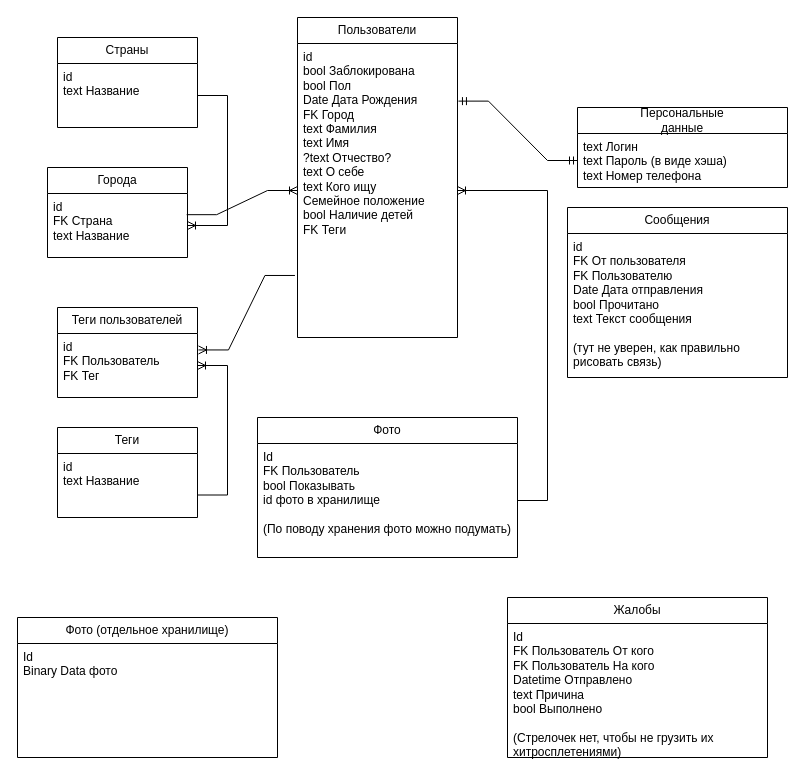
kirill-karpin/meet4you keeps this draw.io diagram as docs/Схема сущностей БД/Сущности БД.drawio. Above is the earlier version. Source tidied: cells renumbered, new cells numbered last; positions are measured from the earlier drawing's top-left corner, leaving out a move shared by most shapes. Both pictures are drawn from the tidied source at 100%, with x=0, y=0 at pixel (17, 17).
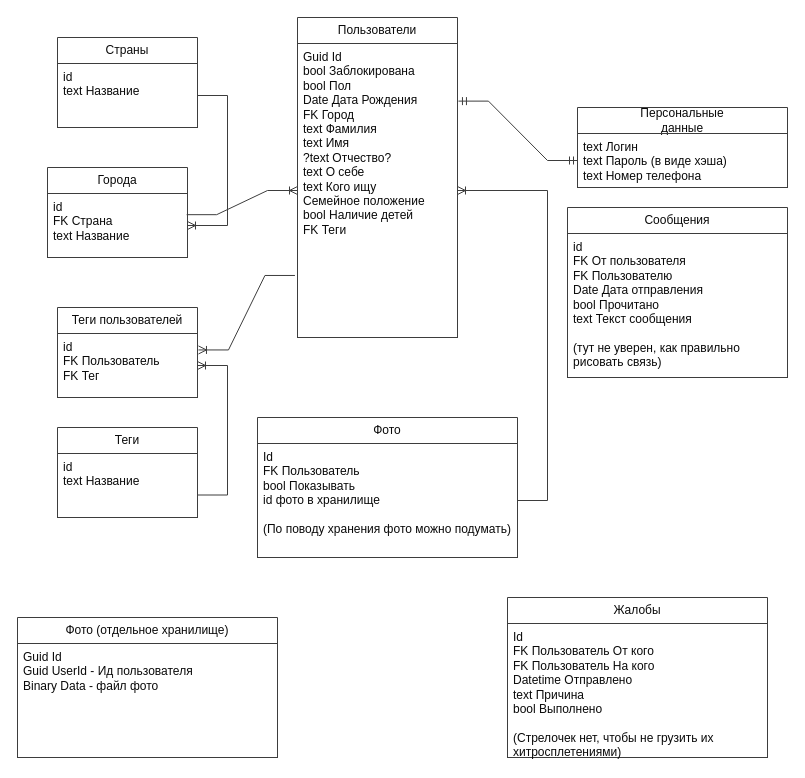
Above is the later version.

The edit, as a diff of the source:
```diff
@@
-    <mxCell id="2" value="&lt;div&gt;Пользователи&lt;/div&gt;" style="swimlane;fontStyle=0;horizontal=1;startSize=26;fillColor=none;whiteSpace=wrap;html=1;" parent="1" vertex="1">
+    <mxCell id="2" value="&lt;div&gt;Пользователи&lt;/div&gt;" style="swimlane;fontStyle=0;horizontal=1;startSize=26;whiteSpace=wrap;html=1;fillColor=none;fontColor=#0A0A0A;strokeColor=#3D3D3D;" parent="1" vertex="1">
       <mxGeometry x="280" width="160" height="320" as="geometry" />
     </mxCell>
-    <mxCell id="3" value="&lt;div&gt;id&lt;/div&gt;&lt;div&gt;bool Заблокирована&lt;br&gt;&lt;/div&gt;&lt;div&gt;bool Пол&lt;/div&gt;&lt;div&gt;Date Дата Рождения&lt;/div&gt;&lt;div&gt;FK Город&lt;br&gt;text Фамилия&lt;br&gt;text Имя&lt;br&gt;?text Отчество?&lt;/div&gt;&lt;div&gt;text О себе&lt;/div&gt;&lt;div&gt;text Кого ищу&lt;br&gt;Семейное положение&lt;br&gt;bool Наличие детей&lt;br&gt;FK Теги&lt;br&gt;&lt;/div&gt;" style="text;strokeColor=none;fillColor=none;align=left;verticalAlign=top;spacingLeft=4;spacingRight=4;overflow=hidden;points=[[0,0.5],[1,0.5]];portConstraint=eastwest;whiteSpace=wrap;html=1;" parent="2" vertex="1">
+    <mxCell id="3" value="&lt;div&gt;Guid Id&lt;/div&gt;&lt;div&gt;bool Заблокирована&lt;br&gt;&lt;/div&gt;&lt;div&gt;bool Пол&lt;/div&gt;&lt;div&gt;Date Дата Рождения&lt;/div&gt;&lt;div&gt;FK Город&lt;br&gt;text Фамилия&lt;br&gt;text Имя&lt;br&gt;?text Отчество?&lt;/div&gt;&lt;div&gt;text О себе&lt;/div&gt;&lt;div&gt;text Кого ищу&lt;br&gt;Семейное положение&lt;br&gt;bool Наличие детей&lt;br&gt;FK Теги&lt;br&gt;&lt;/div&gt;" style="text;align=left;verticalAlign=top;spacingLeft=4;spacingRight=4;overflow=hidden;points=[[0,0.5],[1,0.5]];portConstraint=eastwest;whiteSpace=wrap;html=1;fillColor=none;fontColor=#0A0A0A;strokeColor=#3D3D3D;" parent="2" vertex="1">
       <mxGeometry y="26" width="160" height="294" as="geometry" />
     </mxCell>
-    <mxCell id="4" value="Города" style="swimlane;fontStyle=0;horizontal=1;startSize=26;fillColor=none;whiteSpace=wrap;html=1;" parent="1" vertex="1">
+    <mxCell id="4" value="Города" style="swimlane;fontStyle=0;horizontal=1;startSize=26;whiteSpace=wrap;html=1;fillColor=none;fontColor=#0A0A0A;strokeColor=#3D3D3D;" parent="1" vertex="1">
       <mxGeometry x="30" y="150" width="140" height="90" as="geometry" />
     </mxCell>
-    <mxCell id="5" value="&lt;div&gt;id&lt;/div&gt;&lt;div&gt;FK Страна&lt;br&gt;&lt;/div&gt;text Название" style="text;align=left;verticalAlign=top;spacingLeft=4;spacingRight=4;overflow=hidden;points=[[0,0.5],[1,0.5]];portConstraint=eastwest;whiteSpace=wrap;html=1;" parent="4" vertex="1">
+    <mxCell id="5" value="&lt;div&gt;id&lt;/div&gt;&lt;div&gt;FK Страна&lt;br&gt;&lt;/div&gt;text Название" style="text;align=left;verticalAlign=top;spacingLeft=4;spacingRight=4;overflow=hidden;points=[[0,0.5],[1,0.5]];portConstraint=eastwest;whiteSpace=wrap;html=1;fillColor=none;fontColor=#0A0A0A;strokeColor=#3D3D3D;" parent="4" vertex="1">
       <mxGeometry y="26" width="140" height="64" as="geometry" />
     </mxCell>
-    <mxCell id="6" style="edgeStyle=entityRelationEdgeStyle;fontSize=12;html=1;endArrow=ERoneToMany;rounded=0;exitX=0.994;exitY=0.331;exitDx=0;exitDy=0;exitPerimeter=0;" parent="1" edge="1" source="5" target="3">
+    <mxCell id="6" style="edgeStyle=entityRelationEdgeStyle;fontSize=12;html=1;endArrow=ERoneToMany;rounded=0;exitX=0.994;exitY=0.331;exitDx=0;exitDy=0;exitPerimeter=0;fontColor=#0A0A0A;fillColor=none;strokeColor=#3D3D3D;" parent="1" edge="1" source="5" target="3">
       <mxGeometry relative="1" as="geometry">
         <Array as="points">
           <mxPoint x="290" y="70" />
           <mxPoint x="290" y="60" />
           <mxPoint x="280" y="40" />
         </Array>
       </mxGeometry>
     </mxCell>
-    <mxCell id="7" value="Теги пользователей" style="swimlane;fontStyle=0;horizontal=1;startSize=26;fillColor=none;whiteSpace=wrap;html=1;" parent="1" vertex="1">
+    <mxCell id="7" value="Теги пользователей" style="swimlane;fontStyle=0;horizontal=1;startSize=26;whiteSpace=wrap;html=1;fillColor=none;fontColor=#0A0A0A;strokeColor=#3D3D3D;" parent="1" vertex="1">
       <mxGeometry x="40" y="290" width="140" height="90" as="geometry" />
     </mxCell>
-    <mxCell id="8" value="id&lt;br&gt;&lt;div&gt;FK Пользователь&lt;/div&gt;&lt;div&gt;FK Тег&lt;br&gt;&lt;/div&gt;" style="text;align=left;verticalAlign=top;spacingLeft=4;spacingRight=4;overflow=hidden;points=[[0,0.5],[1,0.5]];portConstraint=eastwest;whiteSpace=wrap;html=1;" parent="7" vertex="1">
+    <mxCell id="8" value="id&lt;br&gt;&lt;div&gt;FK Пользователь&lt;/div&gt;&lt;div&gt;FK Тег&lt;br&gt;&lt;/div&gt;" style="text;align=left;verticalAlign=top;spacingLeft=4;spacingRight=4;overflow=hidden;points=[[0,0.5],[1,0.5]];portConstraint=eastwest;whiteSpace=wrap;html=1;fillColor=none;fontColor=#0A0A0A;strokeColor=#3D3D3D;" parent="7" vertex="1">
       <mxGeometry y="26" width="140" height="64" as="geometry" />
     </mxCell>
-    <mxCell id="9" style="edgeStyle=entityRelationEdgeStyle;fontSize=12;html=1;endArrow=ERoneToMany;rounded=0;exitX=-0.016;exitY=0.789;exitDx=0;exitDy=0;exitPerimeter=0;entryX=1.007;entryY=0.257;entryDx=0;entryDy=0;entryPerimeter=0;" parent="1" edge="1" source="3" target="8">
+    <mxCell id="9" style="edgeStyle=entityRelationEdgeStyle;fontSize=12;html=1;endArrow=ERoneToMany;rounded=0;exitX=-0.016;exitY=0.789;exitDx=0;exitDy=0;exitPerimeter=0;entryX=1.007;entryY=0.257;entryDx=0;entryDy=0;entryPerimeter=0;fontColor=#0A0A0A;fillColor=none;strokeColor=#3D3D3D;" parent="1" edge="1" source="3" target="8">
       <mxGeometry relative="1" as="geometry" />
     </mxCell>
-    <mxCell id="10" value="Теги" style="swimlane;fontStyle=0;horizontal=1;startSize=26;fillColor=none;whiteSpace=wrap;html=1;" parent="1" vertex="1">
+    <mxCell id="10" value="Теги" style="swimlane;fontStyle=0;horizontal=1;startSize=26;whiteSpace=wrap;html=1;fillColor=none;fontColor=#0A0A0A;strokeColor=#3D3D3D;" parent="1" vertex="1">
       <mxGeometry x="40" y="410" width="140" height="90" as="geometry" />
     </mxCell>
-    <mxCell id="11" value="&lt;div&gt;id&lt;/div&gt;&lt;div&gt;text Название&lt;br&gt;&lt;/div&gt;" style="text;align=left;verticalAlign=top;spacingLeft=4;spacingRight=4;overflow=hidden;whiteSpace=wrap;html=1;" parent="10" vertex="1">
+    <mxCell id="11" value="&lt;div&gt;id&lt;/div&gt;&lt;div&gt;text Название&lt;br&gt;&lt;/div&gt;" style="text;align=left;verticalAlign=top;spacingLeft=4;spacingRight=4;overflow=hidden;whiteSpace=wrap;html=1;fillColor=none;fontColor=#0A0A0A;strokeColor=#3D3D3D;" parent="10" vertex="1">
       <mxGeometry y="26" width="140" height="64" as="geometry" />
     </mxCell>
-    <mxCell id="12" style="edgeStyle=entityRelationEdgeStyle;fontSize=12;html=1;endArrow=ERoneToMany;rounded=0;exitX=1;exitY=0.75;exitDx=0;exitDy=0;entryX=1;entryY=0.5;entryDx=0;entryDy=0;" parent="1" edge="1" source="10" target="8">
+    <mxCell id="12" style="edgeStyle=entityRelationEdgeStyle;fontSize=12;html=1;endArrow=ERoneToMany;rounded=0;exitX=1;exitY=0.75;exitDx=0;exitDy=0;entryX=1;entryY=0.5;entryDx=0;entryDy=0;fontColor=#0A0A0A;fillColor=none;strokeColor=#3D3D3D;" parent="1" edge="1" source="10" target="8">
       <mxGeometry relative="1" as="geometry" />
     </mxCell>
-    <mxCell id="13" value="&lt;div&gt;Персональные&lt;/div&gt;&lt;div&gt;данные&lt;br&gt;&lt;/div&gt;" style="swimlane;fontStyle=0;horizontal=1;startSize=26;fillColor=none;whiteSpace=wrap;html=1;" parent="1" vertex="1">
+    <mxCell id="13" value="&lt;div&gt;Персональные&lt;/div&gt;&lt;div&gt;данные&lt;br&gt;&lt;/div&gt;" style="swimlane;fontStyle=0;horizontal=1;startSize=26;whiteSpace=wrap;html=1;fillColor=none;fontColor=#0A0A0A;strokeColor=#3D3D3D;" parent="1" vertex="1">
       <mxGeometry x="560" y="90" width="210" height="80" as="geometry" />
     </mxCell>
-    <mxCell id="14" value="text Логин&lt;br&gt;&lt;div&gt;text Пароль (в виде хэша)&lt;/div&gt;&lt;div&gt;text Номер телефона&lt;br&gt;&lt;/div&gt;" style="text;align=left;verticalAlign=top;spacingLeft=4;spacingRight=4;overflow=hidden;points=[[0,0.5],[1,0.5]];portConstraint=eastwest;whiteSpace=wrap;html=1;" parent="13" vertex="1">
+    <mxCell id="14" value="text Логин&lt;br&gt;&lt;div&gt;text Пароль (в виде хэша)&lt;/div&gt;&lt;div&gt;text Номер телефона&lt;br&gt;&lt;/div&gt;" style="text;align=left;verticalAlign=top;spacingLeft=4;spacingRight=4;overflow=hidden;points=[[0,0.5],[1,0.5]];portConstraint=eastwest;whiteSpace=wrap;html=1;fillColor=none;fontColor=#0A0A0A;strokeColor=#3D3D3D;" parent="13" vertex="1">
       <mxGeometry y="26" width="210" height="54" as="geometry" />
     </mxCell>
-    <mxCell id="15" style="edgeStyle=entityRelationEdgeStyle;fontSize=12;html=1;endArrow=ERmandOne;startArrow=ERmandOne;rounded=0;exitX=1.006;exitY=0.196;exitDx=0;exitDy=0;exitPerimeter=0;entryX=0;entryY=0.5;entryDx=0;entryDy=0;" parent="1" edge="1" source="3" target="14">
+    <mxCell id="15" style="edgeStyle=entityRelationEdgeStyle;fontSize=12;html=1;endArrow=ERmandOne;startArrow=ERmandOne;rounded=0;exitX=1.006;exitY=0.196;exitDx=0;exitDy=0;exitPerimeter=0;entryX=0;entryY=0.5;entryDx=0;entryDy=0;fontColor=#0A0A0A;fillColor=none;strokeColor=#3D3D3D;" parent="1" edge="1" source="3" target="14">
       <mxGeometry relative="1" as="geometry" />
     </mxCell>
-    <mxCell id="16" value="Страны" style="swimlane;fontStyle=0;horizontal=1;startSize=26;fillColor=none;whiteSpace=wrap;html=1;" parent="1" vertex="1">
+    <mxCell id="16" value="Страны" style="swimlane;fontStyle=0;horizontal=1;startSize=26;whiteSpace=wrap;html=1;fillColor=none;fontColor=#0A0A0A;strokeColor=#3D3D3D;" parent="1" vertex="1">
       <mxGeometry x="40" y="20" width="140" height="90" as="geometry" />
     </mxCell>
-    <mxCell id="17" value="&lt;div&gt;id&lt;/div&gt;text Название" style="text;align=left;verticalAlign=top;spacingLeft=4;spacingRight=4;overflow=hidden;points=[[0,0.5],[1,0.5]];portConstraint=eastwest;whiteSpace=wrap;html=1;" parent="16" vertex="1">
+    <mxCell id="17" value="&lt;div&gt;id&lt;/div&gt;text Название" style="text;align=left;verticalAlign=top;spacingLeft=4;spacingRight=4;overflow=hidden;points=[[0,0.5],[1,0.5]];portConstraint=eastwest;whiteSpace=wrap;html=1;fillColor=none;fontColor=#0A0A0A;strokeColor=#3D3D3D;" parent="16" vertex="1">
       <mxGeometry y="26" width="140" height="64" as="geometry" />
     </mxCell>
-    <mxCell id="18" style="edgeStyle=entityRelationEdgeStyle;fontSize=12;html=1;endArrow=ERoneToMany;rounded=0;" parent="1" edge="1" source="17" target="5">
+    <mxCell id="18" style="edgeStyle=entityRelationEdgeStyle;fontSize=12;html=1;endArrow=ERoneToMany;rounded=0;fontColor=#0A0A0A;fillColor=none;strokeColor=#3D3D3D;" parent="1" edge="1" source="17" target="5">
       <mxGeometry relative="1" as="geometry" />
     </mxCell>
-    <mxCell id="19" value="Сообщения" style="swimlane;fontStyle=0;horizontal=1;startSize=26;fillColor=none;whiteSpace=wrap;html=1;" parent="1" vertex="1">
+    <mxCell id="19" value="Сообщения" style="swimlane;fontStyle=0;horizontal=1;startSize=26;whiteSpace=wrap;html=1;fillColor=none;fontColor=#0A0A0A;strokeColor=#3D3D3D;" parent="1" vertex="1">
       <mxGeometry x="550" y="190" width="220" height="170" as="geometry" />
     </mxCell>
-    <mxCell id="20" value="&lt;div&gt;id&lt;/div&gt;&lt;div&gt;FK От пользователя&lt;/div&gt;&lt;div&gt;FK Пользователю&lt;/div&gt;&lt;div&gt;Date Дата отправления&lt;/div&gt;&lt;div&gt;bool Прочитано&lt;/div&gt;&lt;div&gt;text Текст сообщения&lt;/div&gt;&lt;div&gt;&lt;br&gt;&lt;/div&gt;&lt;div&gt;(тут не уверен, как правильно рисовать связь)&lt;br&gt;&lt;/div&gt;" style="text;align=left;verticalAlign=top;spacingLeft=4;spacingRight=4;overflow=hidden;whiteSpace=wrap;html=1;" parent="19" vertex="1">
+    <mxCell id="20" value="&lt;div&gt;id&lt;/div&gt;&lt;div&gt;FK От пользователя&lt;/div&gt;&lt;div&gt;FK Пользователю&lt;/div&gt;&lt;div&gt;Date Дата отправления&lt;/div&gt;&lt;div&gt;bool Прочитано&lt;/div&gt;&lt;div&gt;text Текст сообщения&lt;/div&gt;&lt;div&gt;&lt;br&gt;&lt;/div&gt;&lt;div&gt;(тут не уверен, как правильно рисовать связь)&lt;br&gt;&lt;/div&gt;" style="text;align=left;verticalAlign=top;spacingLeft=4;spacingRight=4;overflow=hidden;whiteSpace=wrap;html=1;fillColor=none;fontColor=#0A0A0A;strokeColor=#3D3D3D;" parent="19" vertex="1">
       <mxGeometry y="26" width="220" height="144" as="geometry" />
     </mxCell>
-    <mxCell id="21" value="Фото" style="swimlane;fontStyle=0;horizontal=1;startSize=26;fillColor=none;whiteSpace=wrap;html=1;" parent="1" vertex="1">
+    <mxCell id="21" value="Фото" style="swimlane;fontStyle=0;horizontal=1;startSize=26;whiteSpace=wrap;html=1;fillColor=none;fontColor=#0A0A0A;strokeColor=#3D3D3D;" parent="1" vertex="1">
       <mxGeometry x="240" y="400" width="260" height="140" as="geometry" />
     </mxCell>
-    <mxCell id="22" value="&lt;div&gt;Id&lt;/div&gt;&lt;div&gt;FK Пользователь&lt;br&gt;&lt;/div&gt;&lt;div&gt;bool Показывать&lt;br&gt;&lt;/div&gt;&lt;div&gt;id фото в хранилище&lt;br&gt;&lt;/div&gt;&lt;div&gt;&lt;br&gt;&lt;/div&gt;&lt;div&gt;(По поводу хранения фото можно подумать)&lt;br&gt;&lt;/div&gt;" style="text;align=left;verticalAlign=top;spacingLeft=4;spacingRight=4;overflow=hidden;points=[[0,0.5],[1,0.5]];portConstraint=eastwest;whiteSpace=wrap;html=1;" parent="21" vertex="1">
+    <mxCell id="22" value="&lt;div&gt;Id&lt;/div&gt;&lt;div&gt;FK Пользователь&lt;br&gt;&lt;/div&gt;&lt;div&gt;bool Показывать&lt;br&gt;&lt;/div&gt;&lt;div&gt;id фото в хранилище&lt;br&gt;&lt;/div&gt;&lt;div&gt;&lt;br&gt;&lt;/div&gt;&lt;div&gt;(По поводу хранения фото можно подумать)&lt;br&gt;&lt;/div&gt;" style="text;align=left;verticalAlign=top;spacingLeft=4;spacingRight=4;overflow=hidden;points=[[0,0.5],[1,0.5]];portConstraint=eastwest;whiteSpace=wrap;html=1;fillColor=none;fontColor=#0A0A0A;strokeColor=#3D3D3D;" parent="21" vertex="1">
       <mxGeometry y="26" width="260" height="114" as="geometry" />
     </mxCell>
-    <mxCell id="23" style="edgeStyle=entityRelationEdgeStyle;fontSize=12;html=1;endArrow=ERoneToMany;rounded=0;" parent="1" edge="1" source="22" target="3">
+    <mxCell id="23" style="edgeStyle=entityRelationEdgeStyle;fontSize=12;html=1;endArrow=ERoneToMany;rounded=0;fontColor=#0A0A0A;fillColor=none;strokeColor=#3D3D3D;" parent="1" edge="1" source="22" target="3">
       <mxGeometry relative="1" as="geometry" />
     </mxCell>
-    <mxCell id="24" value="Жалобы" style="swimlane;fontStyle=0;horizontal=1;startSize=26;fillColor=none;whiteSpace=wrap;html=1;" parent="1" vertex="1">
+    <mxCell id="24" value="Жалобы" style="swimlane;fontStyle=0;horizontal=1;startSize=26;whiteSpace=wrap;html=1;fillColor=none;fontColor=#0A0A0A;strokeColor=#3D3D3D;" parent="1" vertex="1">
       <mxGeometry x="490" y="580" width="260" height="160" as="geometry" />
     </mxCell>
-    <mxCell id="25" value="&lt;div&gt;Id&lt;/div&gt;&lt;div&gt;FK Пользователь От кого&lt;/div&gt;&lt;div&gt;FK Пользователь На кого&lt;br&gt;Datetime Отправлено&lt;br&gt;text Причина&lt;br&gt;bool Выполнено&lt;/div&gt;&lt;div&gt;&lt;br&gt;&lt;/div&gt;&lt;div&gt;(Стрелочек нет, чтобы не грузить их хитросплетениями)&lt;br&gt;&lt;/div&gt;" style="text;align=left;verticalAlign=top;spacingLeft=4;spacingRight=4;overflow=hidden;whiteSpace=wrap;html=1;" parent="24" vertex="1">
+    <mxCell id="25" value="&lt;div&gt;Id&lt;/div&gt;&lt;div&gt;FK Пользователь От кого&lt;/div&gt;&lt;div&gt;FK Пользователь На кого&lt;br&gt;Datetime Отправлено&lt;br&gt;text Причина&lt;br&gt;bool Выполнено&lt;/div&gt;&lt;div&gt;&lt;br&gt;&lt;/div&gt;&lt;div&gt;(Стрелочек нет, чтобы не грузить их хитросплетениями)&lt;br&gt;&lt;/div&gt;" style="text;align=left;verticalAlign=top;spacingLeft=4;spacingRight=4;overflow=hidden;whiteSpace=wrap;html=1;fillColor=none;fontColor=#0A0A0A;strokeColor=#3D3D3D;" parent="24" vertex="1">
       <mxGeometry y="26" width="260" height="134" as="geometry" />
     </mxCell>
-    <mxCell id="26" value="Фото (отдельное хранилище)" style="swimlane;fontStyle=0;horizontal=1;startSize=26;fillColor=none;whiteSpace=wrap;html=1;" parent="1" vertex="1">
+    <mxCell id="26" value="Фото (отдельное хранилище)" style="swimlane;fontStyle=0;horizontal=1;startSize=26;whiteSpace=wrap;html=1;fillColor=none;fontColor=#0A0A0A;strokeColor=#3D3D3D;" parent="1" vertex="1">
       <mxGeometry y="600" width="260" height="140" as="geometry" />
     </mxCell>
-    <mxCell id="27" value="&lt;div&gt;Id&lt;/div&gt;Binary Data фото" style="text;align=left;verticalAlign=top;spacingLeft=4;spacingRight=4;overflow=hidden;whiteSpace=wrap;html=1;" parent="26" vertex="1">
+    <mxCell id="27" value="&lt;div&gt;Guid Id&lt;/div&gt;&lt;div&gt;Guid UserId - Ид пользователя&lt;/div&gt;Binary Data - файл фото" style="text;align=left;verticalAlign=top;spacingLeft=4;spacingRight=4;overflow=hidden;whiteSpace=wrap;html=1;fillColor=none;fontColor=#0A0A0A;strokeColor=#3D3D3D;" parent="26" vertex="1">
       <mxGeometry y="26" width="260" height="114" as="geometry" />
     </mxCell>
```
